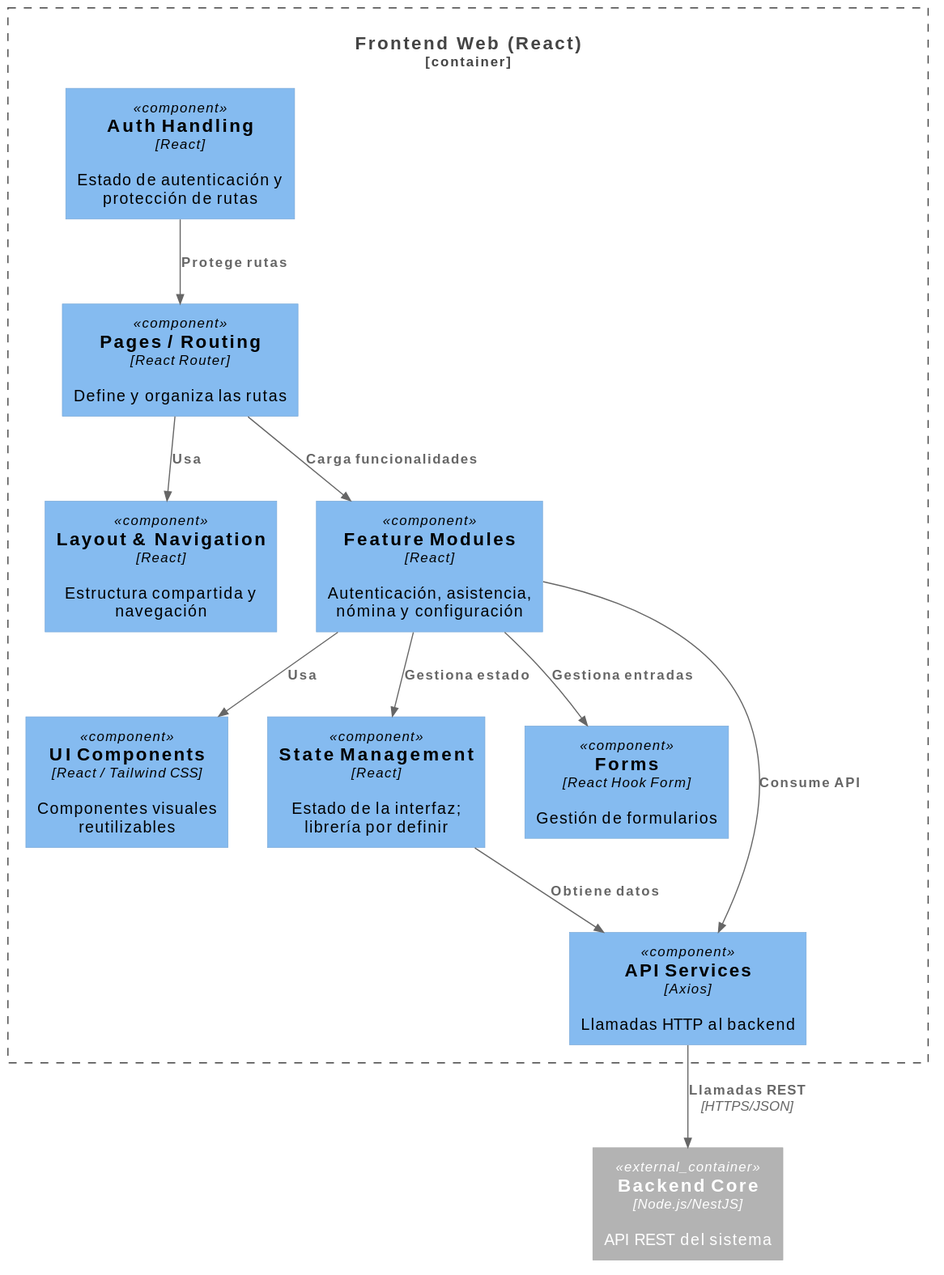
Above: docs/diagrams/images/components-frontend.svg in sisgal-platform/sisgal-docs (PlantUML), before the change.
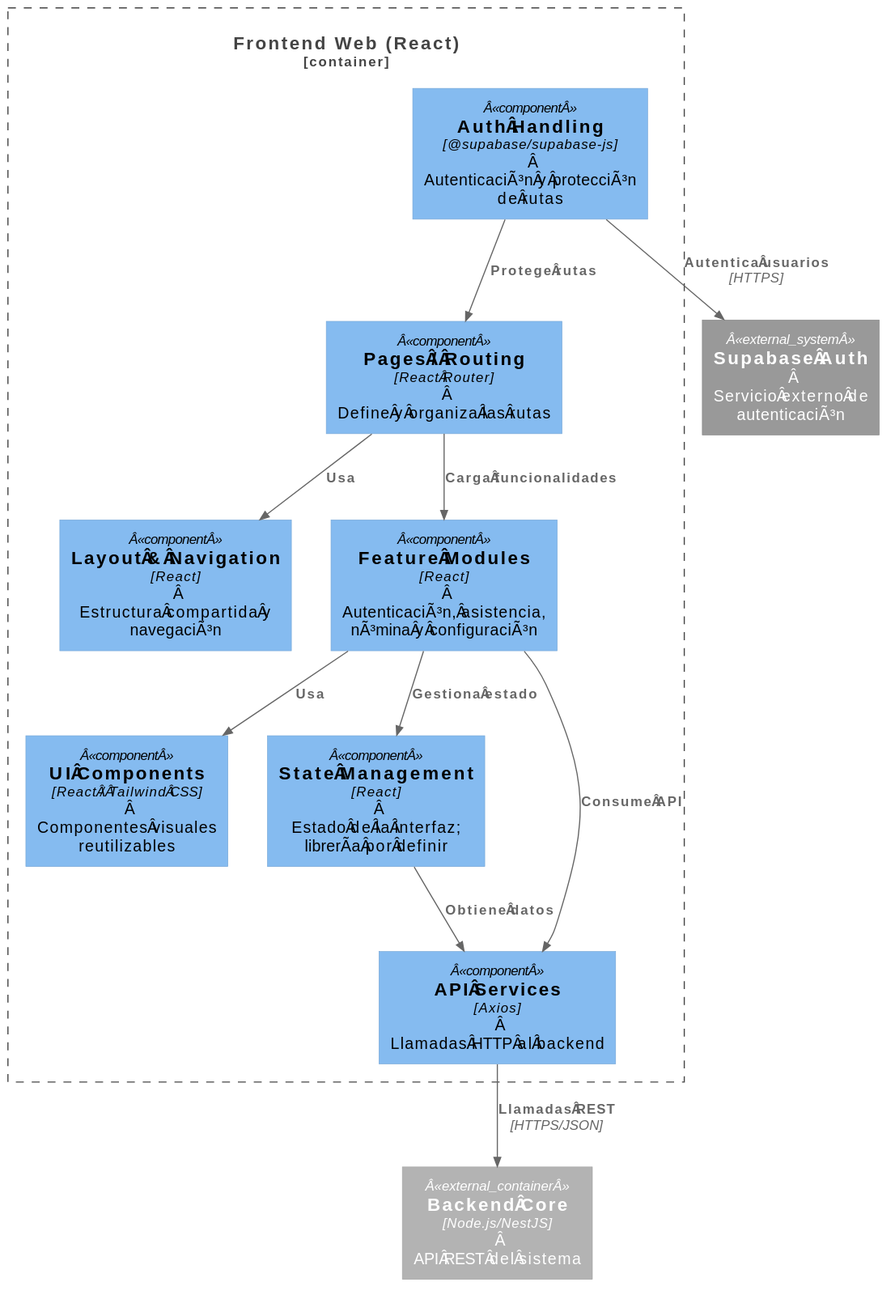
The same diagram one commit later.

Commit message:
docs: regenerate updated diagram SVG

Change to the diagram source:
```diff
@@ -2,6 +2,7 @@
 !include https://raw.githubusercontent.com/plantuml-stdlib/C4-PlantUML/master/C4_Component.puml
 
 Container_Ext(backend, "Backend Core", "Node.js/NestJS", "API REST del sistema")
+System_Ext(supabase_auth, "Supabase Auth", "Servicio externo de autenticación")
 
 Container_Boundary(frontend_boundary, "Frontend Web (React)") {
     Component(pages, "Pages / Routing", "React Router", "Define y organiza las rutas")
@@ -9,18 +10,17 @@
     Component(ui, "UI Components", "React / Tailwind CSS", "Componentes visuales reutilizables")
     Component(features, "Feature Modules", "React", "Autenticación, asistencia, nómina y configuración")
     Component(state, "State Management", "React", "Estado de la interfaz; librería por definir")
-    Component(forms, "Forms", "React Hook Form", "Gestión de formularios")
     Component(services, "API Services", "Axios", "Llamadas HTTP al backend")
-    Component(auth, "Auth Handling", "React", "Estado de autenticación y protección de rutas")
+    Component(auth, "Auth Handling", "@supabase/supabase-js", "Autenticación y protección de rutas")
 }
 
 Rel(pages, layout, "Usa")
 Rel(pages, features, "Carga funcionalidades")
 Rel(features, ui, "Usa")
 Rel(features, state, "Gestiona estado")
-Rel(features, forms, "Gestiona entradas")
 Rel(features, services, "Consume API")
 Rel(state, services, "Obtiene datos")
 Rel(auth, pages, "Protege rutas")
 Rel(services, backend, "Llamadas REST", "HTTPS/JSON")
+Rel(auth, supabase_auth, "Autentica usuarios", "HTTPS")
 @enduml
```
